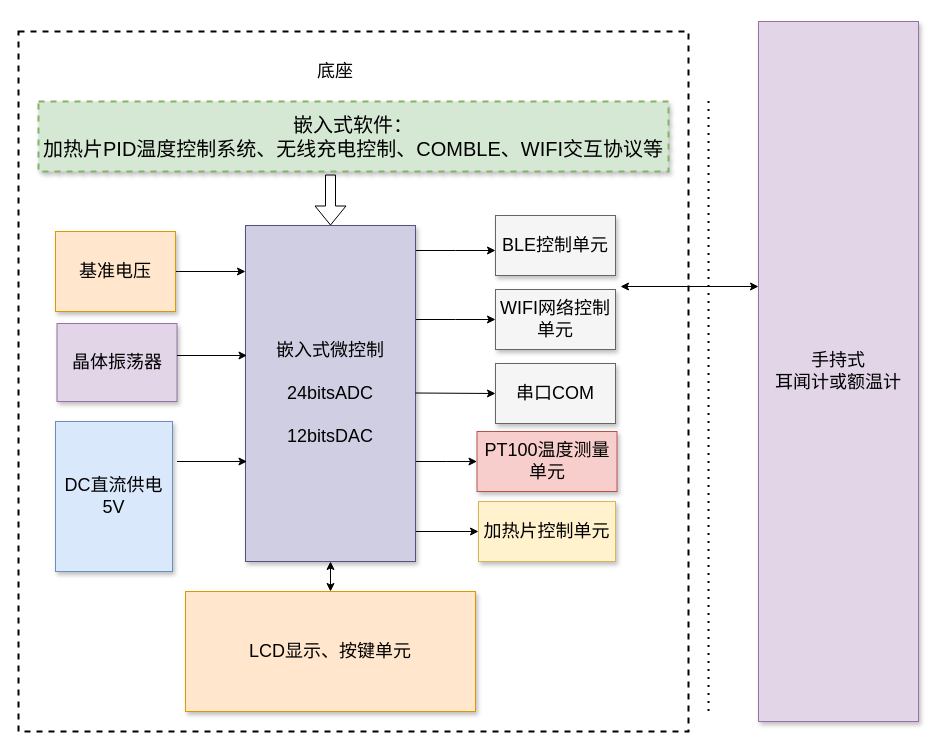
qaprompt/CAN-Bootloader keeps this draw.io diagram as Untitled Diagram.drawio. Above is the earlier version. Source tidied: cells renumbered, new cells numbered last; positions are measured from the earlier drawing's top-left corner, leaving out a move shared by most shapes. Both pictures are drawn from the tidied source at 100%, with x=0, y=0 at pixel (18, 21).
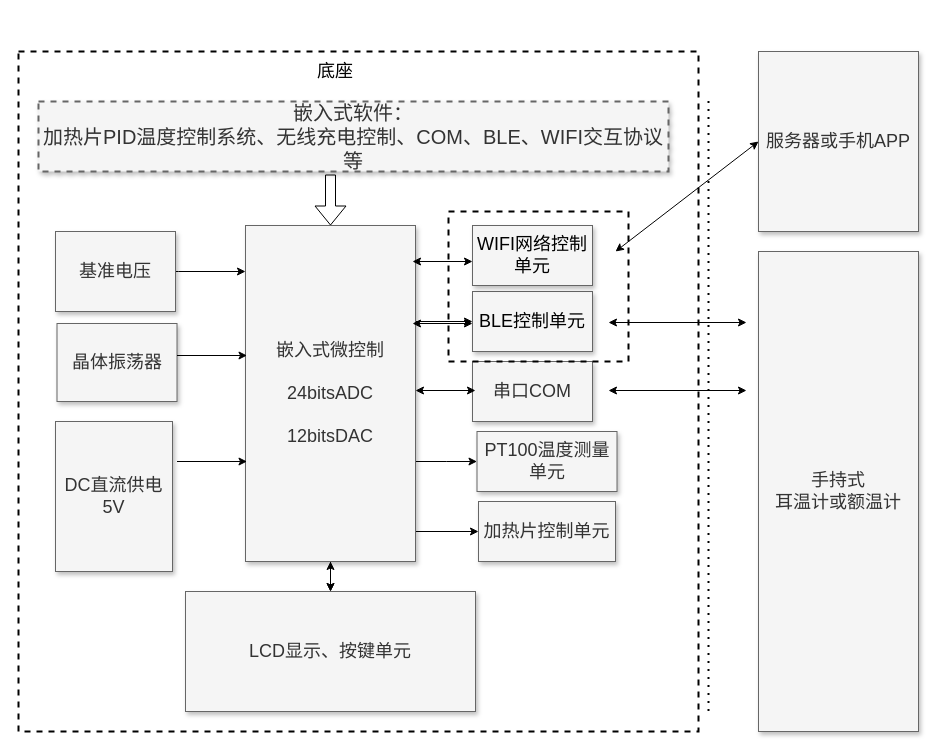
The same page after the edit.

Change to the diagram source:
```diff
@@
-    <mxCell id="2" value="嵌入式软件：&lt;br&gt;加热片PID温度控制系统、无线充电控制、COMBLE、WIFI交互协议等" style="whiteSpace=wrap;html=1;shadow=1;fontSize=20;fillColor=#d5e8d4;strokeColor=#82b366;strokeWidth=2;dashed=1;" parent="1" vertex="1">
+    <mxCell id="2" value="嵌入式软件：&lt;br&gt;加热片PID温度控制系统、无线充电控制、COM、BLE、WIFI交互协议等" style="whiteSpace=wrap;html=1;shadow=1;fontSize=20;strokeWidth=2;dashed=1;fillColor=#f5f5f5;strokeColor=#666666;fontColor=#333333;" parent="1" vertex="1">
       <mxGeometry x="20" y="80" width="630" height="70" as="geometry" />
     </mxCell>
@@
-    <mxCell id="4" style="edgeStyle=elbowEdgeStyle;rounded=0;html=1;startArrow=none;startFill=0;jettySize=auto;fontSize=18;elbow=vertical;" parent="1" edge="1" source="7" target="9">
-      <mxGeometry relative="1" as="geometry" />
-    </mxCell>
@@
+    <mxCell id="28" style="edgeStyle=orthogonalEdgeStyle;rounded=0;jettySize=auto;html=1;" parent="1" edge="1" source="7" target="15">
+      <mxGeometry relative="1" as="geometry" />
+    </mxCell>
-    <mxCell id="7" value="嵌入式微控制&lt;br&gt;&lt;br&gt;24bitsADC&lt;br&gt;&lt;br&gt;12bitsDAC" style="whiteSpace=wrap;html=1;shadow=1;fontSize=18;fillColor=#d0cee2;strokeColor=#56517e;" parent="1" vertex="1">
+    <mxCell id="7" value="嵌入式微控制&lt;br&gt;&lt;br&gt;24bitsADC&lt;br&gt;&lt;br&gt;12bitsDAC" style="whiteSpace=wrap;html=1;shadow=1;fontSize=18;fillColor=#f5f5f5;strokeColor=#666666;fontColor=#333333;" parent="1" vertex="1">
       <mxGeometry x="227" y="204" width="170" height="336" as="geometry" />
     </mxCell>
     <mxCell id="8" value="BLE控制单元" style="whiteSpace=wrap;html=1;shadow=1;fontSize=18;fillColor=#f5f5f5;strokeColor=#666666;" parent="1" vertex="1">
-      <mxGeometry x="477" y="194" width="120" height="60" as="geometry" />
+      <mxGeometry x="454" y="270" width="120" height="60" as="geometry" />
     </mxCell>
     <mxCell id="9" value="WIFI网络控制单元" style="whiteSpace=wrap;html=1;shadow=1;fontSize=18;fillColor=#f5f5f5;strokeColor=#666666;" parent="1" vertex="1">
-      <mxGeometry x="477" y="268" width="120" height="60" as="geometry" />
+      <mxGeometry x="454" y="204" width="120" height="60" as="geometry" />
     </mxCell>
-    <mxCell id="10" value="PT100温度测量单元" style="whiteSpace=wrap;html=1;shadow=1;fontSize=18;fillColor=#f8cecc;strokeColor=#b85450;" parent="1" vertex="1">
+    <mxCell id="10" value="PT100温度测量单元" style="whiteSpace=wrap;html=1;shadow=1;fontSize=18;fillColor=#f5f5f5;strokeColor=#666666;fontColor=#333333;" parent="1" vertex="1">
       <mxGeometry x="458.5" y="410" width="140" height="60" as="geometry" />
     </mxCell>
-    <mxCell id="11" value="加热片控制单元" style="whiteSpace=wrap;html=1;shadow=1;fontSize=18;fillColor=#fff2cc;strokeColor=#d6b656;" parent="1" vertex="1">
+    <mxCell id="11" value="加热片控制单元" style="whiteSpace=wrap;html=1;shadow=1;fontSize=18;fillColor=#f5f5f5;strokeColor=#666666;fontColor=#333333;" parent="1" vertex="1">
       <mxGeometry x="460" y="480" width="137" height="60" as="geometry" />
     </mxCell>
@@
-    <mxCell id="13" value="基准电压" style="whiteSpace=wrap;html=1;shadow=1;fontSize=18;fillColor=#ffe6cc;strokeColor=#d79b00;" parent="1" vertex="1">
+    <mxCell id="13" value="基准电压" style="whiteSpace=wrap;html=1;shadow=1;fontSize=18;fillColor=#f5f5f5;strokeColor=#666666;fontColor=#333333;" parent="1" vertex="1">
       <mxGeometry x="37" y="210" width="120" height="80" as="geometry" />
     </mxCell>
-    <mxCell id="14" value="串口COM" style="whiteSpace=wrap;html=1;shadow=1;fontSize=18;fillColor=#f5f5f5;strokeColor=#666666;" parent="1" vertex="1">
-      <mxGeometry x="477" y="342" width="120" height="60" as="geometry" />
+    <mxCell id="14" value="串口COM" style="whiteSpace=wrap;html=1;shadow=1;fontSize=18;fillColor=#f5f5f5;strokeColor=#666666;fontColor=#333333;" parent="1" vertex="1">
+      <mxGeometry x="454" y="340" width="120" height="60" as="geometry" />
     </mxCell>
-    <mxCell id="15" value="LCD显示、按键单元" style="whiteSpace=wrap;html=1;shadow=1;fontSize=18;fillColor=#ffe6cc;strokeColor=#d79b00;" parent="1" vertex="1">
+    <mxCell id="15" value="LCD显示、按键单元" style="whiteSpace=wrap;html=1;shadow=1;fontSize=18;fillColor=#f5f5f5;strokeColor=#666666;fontColor=#333333;" parent="1" vertex="1">
       <mxGeometry x="167" y="570" width="290" height="120" as="geometry" />
     </mxCell>
-    <mxCell id="16" value="DC直流供电5V" style="whiteSpace=wrap;html=1;shadow=1;fontSize=18;fillColor=#dae8fc;strokeColor=#6c8ebf;" parent="1" vertex="1">
+    <mxCell id="16" value="DC直流供电5V" style="whiteSpace=wrap;html=1;shadow=1;fontSize=18;fillColor=#f5f5f5;strokeColor=#666666;fontColor=#333333;" parent="1" vertex="1">
       <mxGeometry x="37" y="400" width="117" height="150" as="geometry" />
     </mxCell>
     <mxCell id="17" value="&lt;p class=&quot;MsoNormal&quot;&gt;&lt;br&gt;&lt;/p&gt;" style="text;whiteSpace=wrap;html=1;dashed=1;strokeWidth=2;strokeColor=#000000;" parent="1" vertex="1">
-      <mxGeometry y="10" width="670" height="700" as="geometry" />
+      <mxGeometry y="30" width="680" height="680" as="geometry" />
     </mxCell>
-    <mxCell id="18" value="晶体振荡器" style="whiteSpace=wrap;html=1;shadow=1;fontSize=18;fillColor=#e1d5e7;strokeColor=#9673a6;" parent="1" vertex="1">
+    <mxCell id="18" value="晶体振荡器" style="whiteSpace=wrap;html=1;shadow=1;fontSize=18;fillColor=#f5f5f5;strokeColor=#666666;fontColor=#333333;" parent="1" vertex="1">
       <mxGeometry x="38.5" y="302" width="120" height="78" as="geometry" />
     </mxCell>
@@
     <mxCell id="23" style="endArrow=classic;startArrow=classic;html=1;" parent="1" edge="1">
       <mxGeometry relative="1" as="geometry">
-        <mxPoint x="602" y="265" as="sourcePoint" />
-        <mxPoint x="740" y="265" as="targetPoint" />
+        <mxPoint x="590" y="301" as="sourcePoint" />
+        <mxPoint x="728" y="301" as="targetPoint" />
       </mxGeometry>
     </mxCell>
-    <mxCell id="24" value="手持式&lt;br&gt;耳闻计或额温计" style="whiteSpace=wrap;html=1;shadow=1;fontSize=18;fillColor=#e1d5e7;strokeColor=#9673a6;" parent="1" vertex="1">
-      <mxGeometry x="740" width="160" height="700" as="geometry" />
+    <mxCell id="24" value="手持式&lt;br&gt;耳温计或额温计" style="whiteSpace=wrap;html=1;shadow=1;fontSize=18;fillColor=#f5f5f5;strokeColor=#666666;fontColor=#333333;" parent="1" vertex="1">
+      <mxGeometry x="740" y="230" width="160" height="480" as="geometry" />
     </mxCell>
-    <mxCell id="25" style="edgeStyle=elbowEdgeStyle;rounded=0;html=1;startArrow=none;startFill=0;jettySize=auto;orthogonalLoop=1;fontSize=18;elbow=vertical;" parent="1" edge="1">
-      <mxGeometry relative="1" as="geometry">
-        <mxPoint x="397" y="371.5" as="sourcePoint" />
-        <mxPoint x="477" y="371.5" as="targetPoint" />
-      </mxGeometry>
-    </mxCell>
@@
+    <mxCell id="29" style="endArrow=classic;startArrow=classic;html=1;" parent="1" edge="1">
+      <mxGeometry relative="1" as="geometry">
+        <mxPoint x="397" y="369" as="sourcePoint" />
+        <mxPoint x="457" y="369" as="targetPoint" />
+      </mxGeometry>
+    </mxCell>
+    <mxCell id="30" style="endArrow=classic;startArrow=classic;html=1;" parent="1" edge="1">
+      <mxGeometry relative="1" as="geometry">
+        <mxPoint x="394" y="302" as="sourcePoint" />
+        <mxPoint x="454" y="302" as="targetPoint" />
+      </mxGeometry>
+    </mxCell>
+    <mxCell id="31" style="endArrow=classic;startArrow=classic;html=1;" parent="1" edge="1">
+      <mxGeometry relative="1" as="geometry">
+        <mxPoint x="394" y="240" as="sourcePoint" />
+        <mxPoint x="454" y="240" as="targetPoint" />
+      </mxGeometry>
+    </mxCell>
+    <mxCell id="32" style="endArrow=classic;startArrow=classic;html=1;" parent="1" edge="1">
+      <mxGeometry relative="1" as="geometry">
+        <mxPoint x="590" y="369" as="sourcePoint" />
+        <mxPoint x="728" y="369" as="targetPoint" />
+      </mxGeometry>
+    </mxCell>
+    <mxCell id="33" value="&lt;p class=&quot;MsoNormal&quot;&gt;&lt;br&gt;&lt;/p&gt;" style="text;whiteSpace=wrap;html=1;dashed=1;strokeWidth=2;strokeColor=#000000;" parent="1" vertex="1">
+      <mxGeometry x="430" y="190" width="180" height="150" as="geometry" />
+    </mxCell>
+    <mxCell id="34" value="服务器或手机APP" style="whiteSpace=wrap;html=1;shadow=1;fontSize=18;fillColor=#f5f5f5;strokeColor=#666666;fontColor=#333333;" parent="1" vertex="1">
+      <mxGeometry x="740" y="30" width="160" height="180" as="geometry" />
+    </mxCell>
+    <mxCell id="35" style="endArrow=classic;startArrow=classic;html=1;entryX=0;entryY=0.5;entryDx=0;entryDy=0;" parent="1" edge="1" target="34">
+      <mxGeometry relative="1" as="geometry">
+        <mxPoint x="597" y="230" as="sourcePoint" />
+      </mxGeometry>
+    </mxCell>
```
